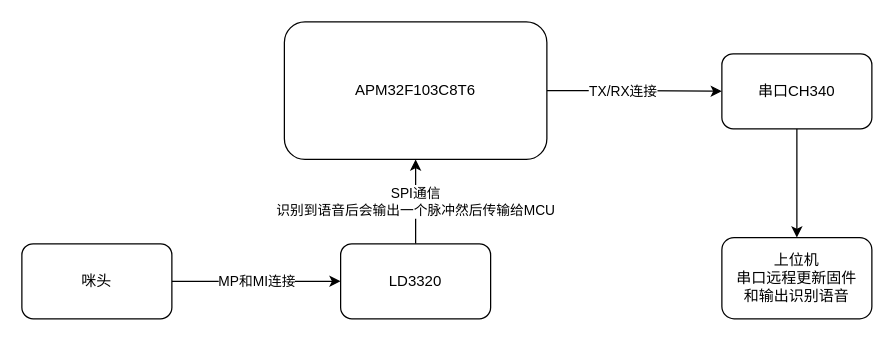
Above: 框图/方案一.drawio in BG6TPX/Offline-Voice (draw.io), before the change. Source tidied: cells renumbered, new cells numbered last; positions are measured from the earlier drawing's top-left corner, leaving out a move shared by most shapes. Both pictures are drawn from the tidied source at 125%, with x=0, y=0 at pixel (21, 21).
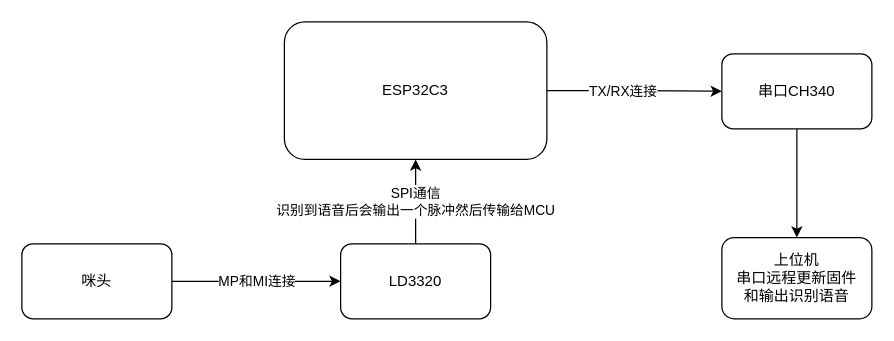
Above is the later version.

Diff of the diagram source:
```diff
@@
 <mxGraphModel>
   <root>
     <mxCell id="0" />
     <mxCell id="1" parent="0" />
     <mxCell id="2" style="edgeStyle=orthogonalEdgeStyle;rounded=0;jettySize=auto;html=1;exitX=1;exitY=0.5;exitDx=0;exitDy=0;" parent="1" edge="1" source="4" target="8">
       <mxGeometry relative="1" as="geometry" />
     </mxCell>
     <mxCell id="3" value="TX/RX连接" style="edgeLabel;html=1;align=center;verticalAlign=middle;" parent="2" vertex="1">
       <mxGeometry x="-0.15" relative="1" as="geometry" />
     </mxCell>
-    <mxCell id="4" value="APM32F103C8T6" style="rounded=1;whiteSpace=wrap;html=1;" parent="1" vertex="1">
+    <mxCell id="4" value="ESP32C3" style="rounded=1;whiteSpace=wrap;html=1;" parent="1" vertex="1">
       <mxGeometry x="210" width="210" height="110" as="geometry" />
     </mxCell>
     <mxCell id="5" value="MP和MI连接" style="edgeStyle=orthogonalEdgeStyle;rounded=0;jettySize=auto;html=1;exitX=1;exitY=0.5;exitDx=0;exitDy=0;entryX=0;entryY=0.5;entryDx=0;entryDy=0;" parent="1" edge="1" source="6" target="11">
       <mxGeometry relative="1" as="geometry" />
     </mxCell>
     <mxCell id="6" value="咪头" style="rounded=1;whiteSpace=wrap;html=1;" parent="1" vertex="1">
       <mxGeometry y="177.5" width="120" height="60" as="geometry" />
     </mxCell>
     <mxCell id="7" style="edgeStyle=orthogonalEdgeStyle;rounded=0;jettySize=auto;html=1;exitX=0.5;exitY=1;exitDx=0;exitDy=0;entryX=0.5;entryY=0;entryDx=0;entryDy=0;" parent="1" edge="1" source="8" target="9">
       <mxGeometry relative="1" as="geometry" />
     </mxCell>
     <mxCell id="8" value="串口CH340" style="rounded=1;whiteSpace=wrap;html=1;" parent="1" vertex="1">
       <mxGeometry x="560" y="25.5" width="120" height="60" as="geometry" />
     </mxCell>
     <mxCell id="9" value="上位机&lt;br&gt;串口远程更新固件&lt;br&gt;和输出识别语音" style="rounded=1;whiteSpace=wrap;html=1;" parent="1" vertex="1">
       <mxGeometry x="560" y="172.5" width="120" height="65" as="geometry" />
     </mxCell>
     <mxCell id="10" value="SPI通信&lt;br&gt;识别到语音后会输出一个脉冲然后传输给MCU" style="edgeStyle=orthogonalEdgeStyle;rounded=0;jettySize=auto;html=1;exitX=0.5;exitY=0;exitDx=0;exitDy=0;" parent="1" edge="1" source="11" target="4">
       <mxGeometry relative="1" as="geometry" />
     </mxCell>
     <mxCell id="11" value="LD3320" style="rounded=1;whiteSpace=wrap;html=1;" parent="1" vertex="1">
       <mxGeometry x="255" y="177.5" width="120" height="60" as="geometry" />
     </mxCell>
   </root>
 </mxGraphModel>
```
